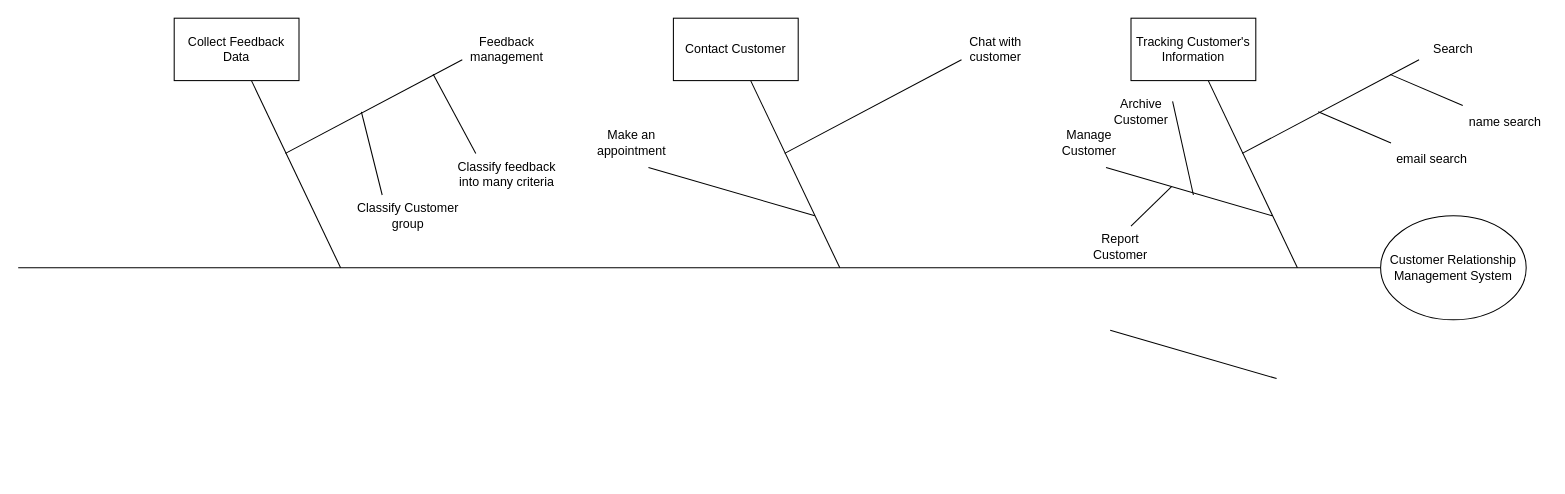
The draw.io diagram src/Untitled Diagram.drawio in thienan3007/math-util, before the edit. Source tidied: cells renumbered, new cells numbered last; positions are measured from the earlier drawing's top-left corner, leaving out a move shared by most shapes. Both pictures are drawn from the tidied source at 104%, with x=0, y=0 at pixel (18, 18).
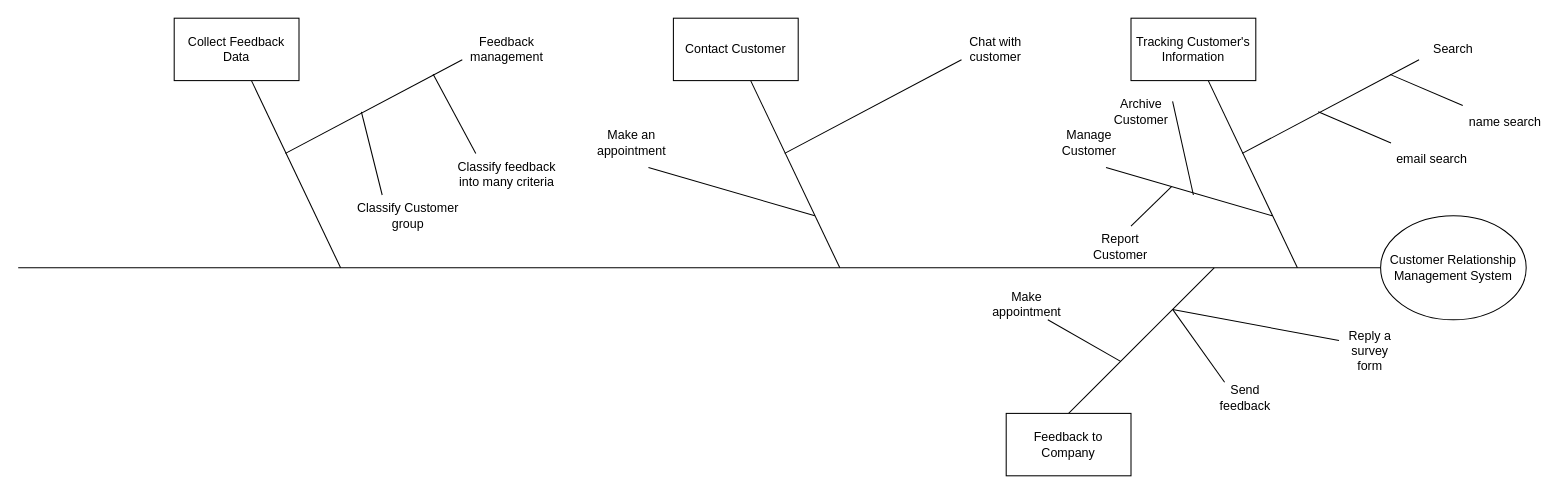
The same diagram, later.

Change to the diagram source:
```diff
@@
-    <mxCell id="14" style="endArrow=none;html=1;" parent="1" edge="1">
-      <mxGeometry relative="1" as="geometry">
-        <mxPoint x="1210" y="346.5" as="sourcePoint" />
-        <mxPoint x="1050" y="300" as="targetPoint" />
-      </mxGeometry>
-    </mxCell>
+    <mxCell id="33" style="endArrow=none;html=1;" parent="1" edge="1">
+      <mxGeometry relative="1" as="geometry">
+        <mxPoint x="1010" y="380" as="sourcePoint" />
+        <mxPoint x="1150" y="240" as="targetPoint" />
+      </mxGeometry>
+    </mxCell>
+    <mxCell id="34" value="Feedback to Company" style="rounded=0;whiteSpace=wrap;html=1;" parent="1" vertex="1">
+      <mxGeometry x="950" y="380" width="120" height="60" as="geometry" />
+    </mxCell>
+    <mxCell id="35" style="endArrow=none;html=1;" parent="1" edge="1">
+      <mxGeometry relative="1" as="geometry">
+        <mxPoint x="1160" y="350" as="sourcePoint" />
+        <mxPoint x="1110" y="280" as="targetPoint" />
+      </mxGeometry>
+    </mxCell>
+    <mxCell id="36" value="Send feedback" style="text;html=1;strokeColor=none;fillColor=none;align=center;verticalAlign=middle;whiteSpace=wrap;rounded=0;" parent="1" vertex="1">
+      <mxGeometry x="1150" y="350" width="60" height="30" as="geometry" />
+    </mxCell>
+    <mxCell id="37" style="endArrow=none;html=1;" parent="1" edge="1">
+      <mxGeometry relative="1" as="geometry">
+        <mxPoint x="1270" y="310" as="sourcePoint" />
+        <mxPoint x="1110" y="280" as="targetPoint" />
+      </mxGeometry>
+    </mxCell>
+    <mxCell id="38" value="Reply a survey form" style="text;html=1;strokeColor=none;fillColor=none;align=center;verticalAlign=middle;whiteSpace=wrap;rounded=0;" parent="1" vertex="1">
+      <mxGeometry x="1270" y="300" width="60" height="40" as="geometry" />
+    </mxCell>
+    <mxCell id="39" style="endArrow=none;html=1;" parent="1" edge="1">
+      <mxGeometry relative="1" as="geometry">
+        <mxPoint x="990" y="290" as="sourcePoint" />
+        <mxPoint x="1060" y="330" as="targetPoint" />
+      </mxGeometry>
+    </mxCell>
+    <mxCell id="40" value="Make appointment" style="text;html=1;strokeColor=none;fillColor=none;align=center;verticalAlign=middle;whiteSpace=wrap;rounded=0;" parent="1" vertex="1">
+      <mxGeometry x="930" y="260" width="80" height="30" as="geometry" />
+    </mxCell>
```
